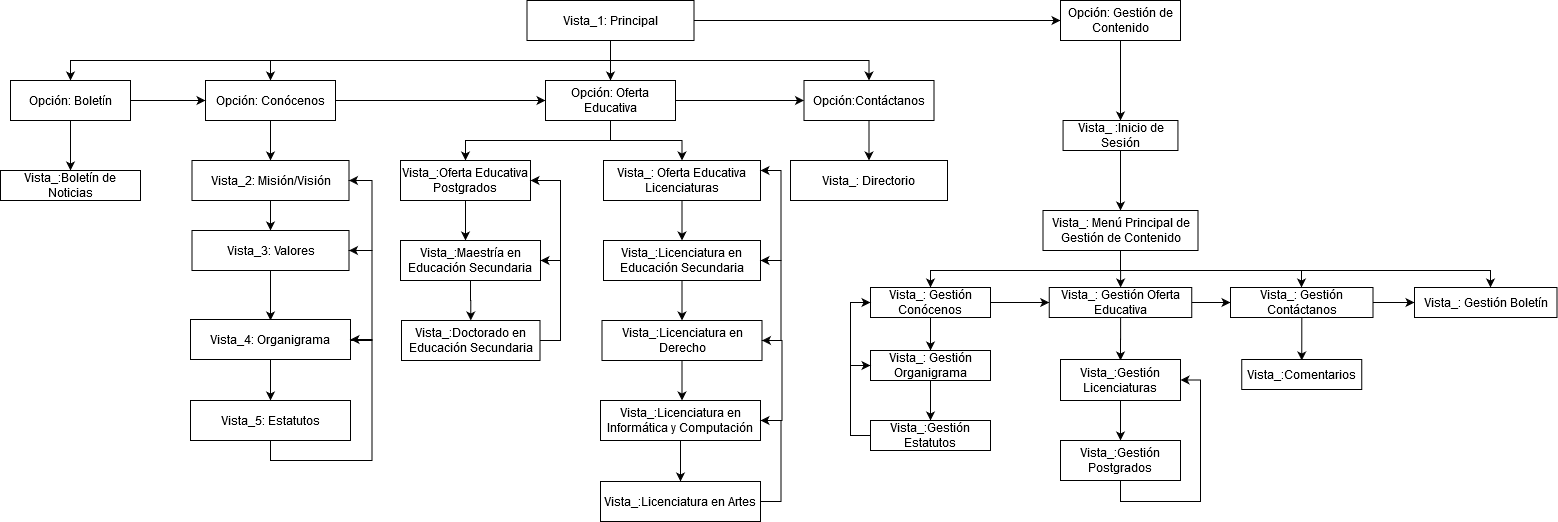
Before: MapaNavegacion.png, a diagram exported from draw.io (danielNYR/ProjectSchool). Source tidied: cells renumbered, new cells last; positions are measured from the earlier drawing's top-left corner, leaving out a move shared by most shapes.
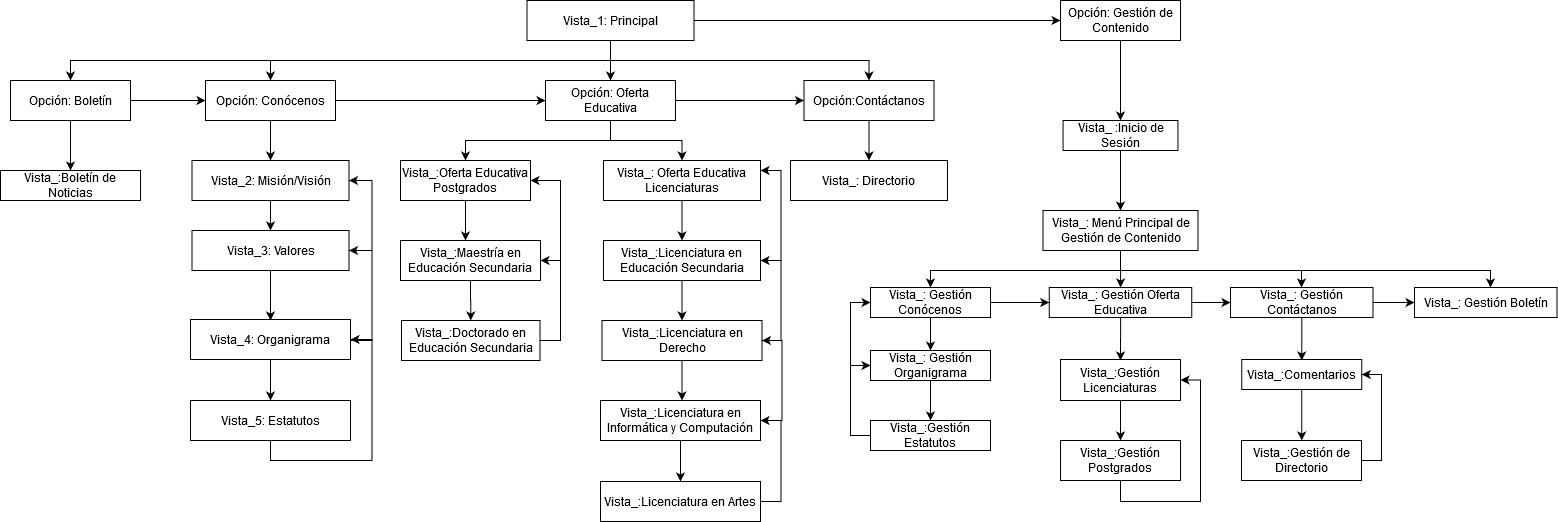
Above is the later version.

What changed in the source:
```diff
@@ -258,6 +258,11 @@
     <mxCell id="60" value="Vista_:Gestión Estatutos" style="rounded=0;whiteSpace=wrap;html=1;" parent="1" vertex="1">
       <mxGeometry x="870" y="420" width="120" height="30" as="geometry" />
     </mxCell>
+    <mxCell id="81" style="edgeStyle=orthogonalEdgeStyle;rounded=0;jettySize=auto;html=1;" parent="1" edge="1" source="61">
+      <mxGeometry relative="1" as="geometry">
+        <mxPoint x="1301.2" y="440" as="targetPoint" />
+      </mxGeometry>
+    </mxCell>
     <mxCell id="61" value="Vista_:Comentarios" style="rounded=0;whiteSpace=wrap;html=1;" parent="1" vertex="1">
       <mxGeometry x="1241.2" y="359" width="120" height="30" as="geometry" />
     </mxCell>
@@ -352,5 +357,16 @@
     <mxCell id="80" value="Vista_:Gestión Postgrados" style="whiteSpace=wrap;html=1;rounded=0;" parent="1" vertex="1">
       <mxGeometry x="1060" y="440" width="120" height="40" as="geometry" />
     </mxCell>
+    <mxCell id="82" style="edgeStyle=orthogonalEdgeStyle;rounded=0;jettySize=auto;html=1;entryX=1;entryY=0.5;entryDx=0;entryDy=0;" parent="1" edge="1" source="83" target="61">
+      <mxGeometry relative="1" as="geometry">
+        <Array as="points">
+          <mxPoint x="1381" y="460" />
+          <mxPoint x="1381" y="374" />
+        </Array>
+      </mxGeometry>
+    </mxCell>
+    <mxCell id="83" value="Vista_:Gestión de Directorio" style="rounded=0;whiteSpace=wrap;html=1;" parent="1" vertex="1">
+      <mxGeometry x="1241" y="440" width="120" height="40" as="geometry" />
+    </mxCell>
   </root>
 </mxGraphModel>
```
